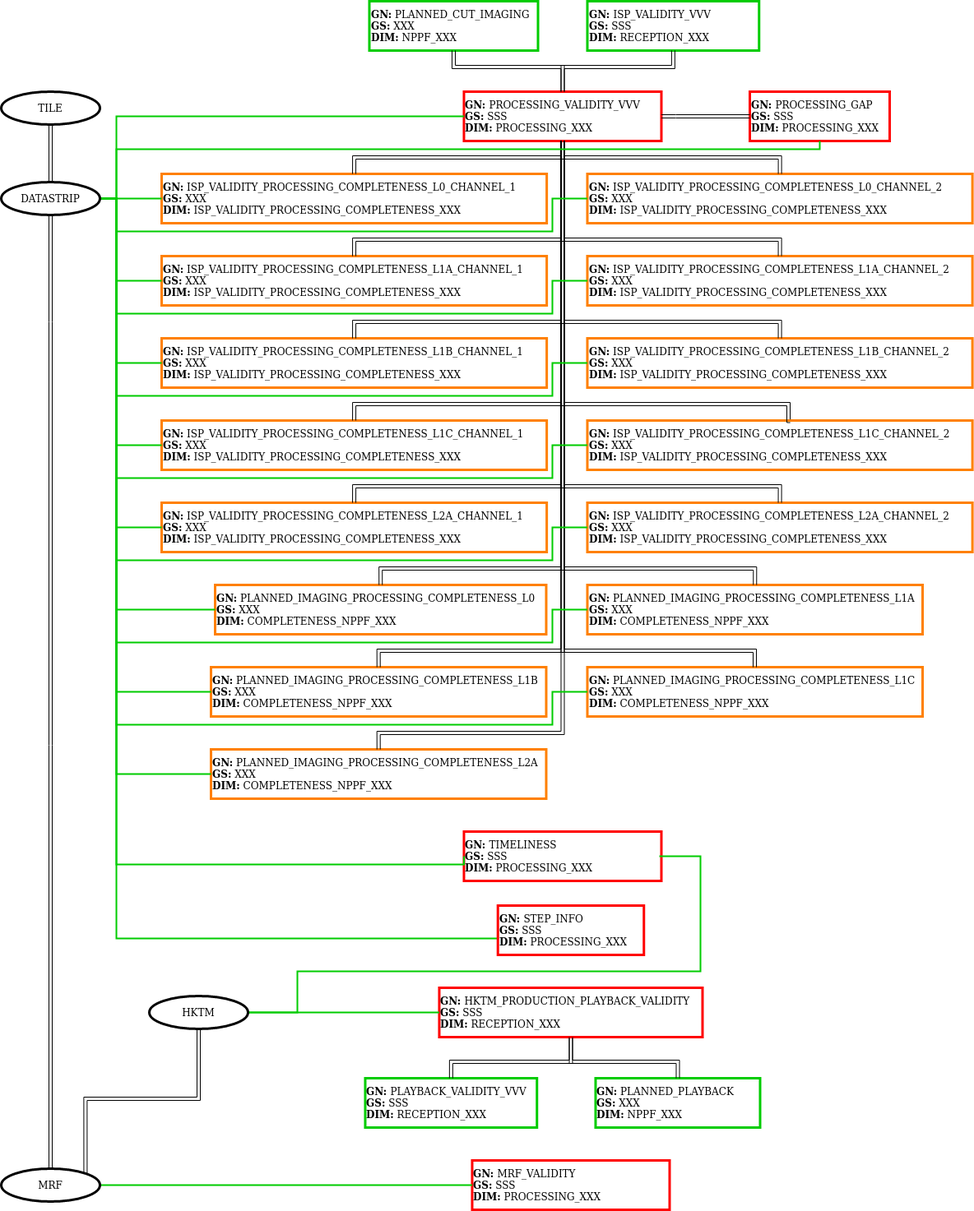
This is doc/fig/structure_ingestion_dpc_events.png from Daniel-Brosnan-Blazquez/s2boa, a draw.io export, as it was before one commit. Source tidied: cells renumbered, new cells last; positions are measured from the earlier drawing's top-left corner, leaving out a move shared by most shapes.
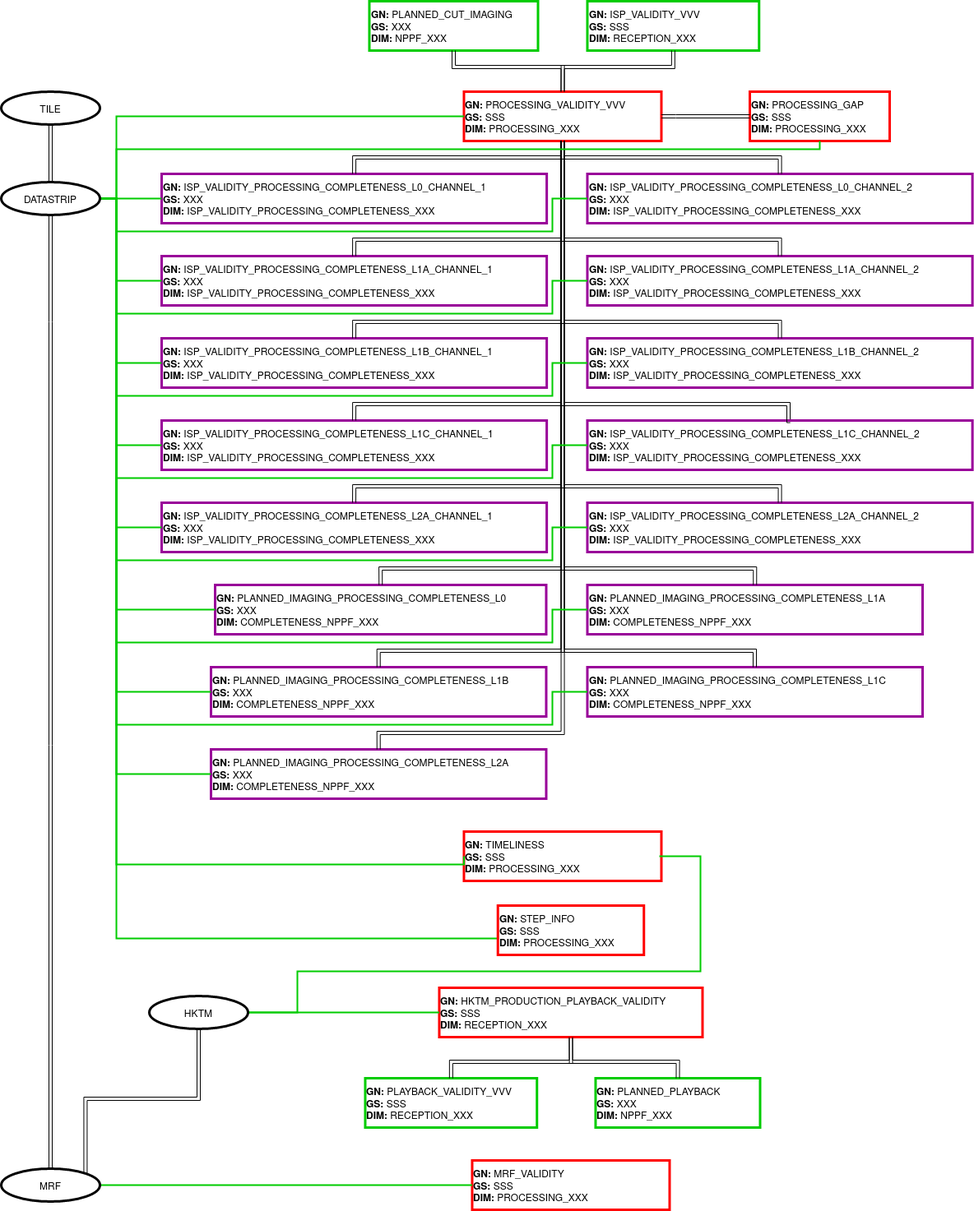
After the change.

Change to the diagram source:
```diff
@@ -41,34 +41,34 @@
         </Array>
       </mxGeometry>
     </mxCell>
-    <mxCell id="10" value="&lt;div&gt;&lt;b&gt;GN:&lt;/b&gt; ISP_VALIDITY_PROCESSING_COMPLETENESS_L0_CHANNEL_1&lt;/div&gt;&lt;div&gt;&lt;b&gt;GS:&lt;/b&gt; XXX&lt;/div&gt;&lt;div&gt;&lt;b&gt;DIM:&lt;/b&gt; ISP_VALIDITY_PROCESSING_COMPLETENESS_XXX&lt;br&gt;&lt;/div&gt;" style="rounded=0;whiteSpace=wrap;html=1;align=left;strokeWidth=3;fillColor=none;strokeColor=#FF8000;" parent="1" vertex="1">
+    <mxCell id="10" value="&lt;div&gt;&lt;b&gt;GN:&lt;/b&gt; ISP_VALIDITY_PROCESSING_COMPLETENESS_L0_CHANNEL_1&lt;/div&gt;&lt;div&gt;&lt;b&gt;GS:&lt;/b&gt; XXX&lt;/div&gt;&lt;div&gt;&lt;b&gt;DIM:&lt;/b&gt; ISP_VALIDITY_PROCESSING_COMPLETENESS_XXX&lt;br&gt;&lt;/div&gt;" style="rounded=0;whiteSpace=wrap;html=1;align=left;strokeWidth=3;fillColor=none;strokeColor=#990099;" parent="1" vertex="1">
       <mxGeometry x="195" y="210" width="468.1" height="60" as="geometry" />
     </mxCell>
-    <mxCell id="11" value="&lt;div&gt;&lt;b&gt;GN:&lt;/b&gt; ISP_VALIDITY_PROCESSING_COMPLETENESS_L0_CHANNEL_2&lt;/div&gt;&lt;div&gt;&lt;b&gt;GS:&lt;/b&gt; XXX&lt;/div&gt;&lt;div&gt;&lt;b&gt;DIM:&lt;/b&gt; ISP_VALIDITY_PROCESSING_COMPLETENESS_XXX&lt;br&gt;&lt;/div&gt;" style="rounded=0;whiteSpace=wrap;html=1;align=left;strokeWidth=3;fillColor=none;strokeColor=#FF8000;" parent="1" vertex="1">
+    <mxCell id="11" value="&lt;div&gt;&lt;b&gt;GN:&lt;/b&gt; ISP_VALIDITY_PROCESSING_COMPLETENESS_L0_CHANNEL_2&lt;/div&gt;&lt;div&gt;&lt;b&gt;GS:&lt;/b&gt; XXX&lt;/div&gt;&lt;div&gt;&lt;b&gt;DIM:&lt;/b&gt; ISP_VALIDITY_PROCESSING_COMPLETENESS_XXX&lt;br&gt;&lt;/div&gt;" style="rounded=0;whiteSpace=wrap;html=1;align=left;strokeWidth=3;fillColor=none;strokeColor=#990099;" parent="1" vertex="1">
       <mxGeometry x="712.5" y="210" width="468.1" height="60" as="geometry" />
     </mxCell>
-    <mxCell id="12" value="&lt;div&gt;&lt;b&gt;GN:&lt;/b&gt; ISP_VALIDITY_PROCESSING_COMPLETENESS_L1A_CHANNEL_1&lt;/div&gt;&lt;div&gt;&lt;b&gt;GS:&lt;/b&gt; XXX&lt;/div&gt;&lt;div&gt;&lt;b&gt;DIM:&lt;/b&gt; ISP_VALIDITY_PROCESSING_COMPLETENESS_XXX&lt;br&gt;&lt;/div&gt;" style="rounded=0;whiteSpace=wrap;html=1;align=left;strokeWidth=3;fillColor=none;strokeColor=#FF8000;" parent="1" vertex="1">
+    <mxCell id="12" value="&lt;div&gt;&lt;b&gt;GN:&lt;/b&gt; ISP_VALIDITY_PROCESSING_COMPLETENESS_L1A_CHANNEL_1&lt;/div&gt;&lt;div&gt;&lt;b&gt;GS:&lt;/b&gt; XXX&lt;/div&gt;&lt;div&gt;&lt;b&gt;DIM:&lt;/b&gt; ISP_VALIDITY_PROCESSING_COMPLETENESS_XXX&lt;br&gt;&lt;/div&gt;" style="rounded=0;whiteSpace=wrap;html=1;align=left;strokeWidth=3;fillColor=none;strokeColor=#990099;" parent="1" vertex="1">
       <mxGeometry x="195" y="310" width="468.1" height="60" as="geometry" />
     </mxCell>
-    <mxCell id="13" value="&lt;div&gt;&lt;b&gt;GN:&lt;/b&gt; ISP_VALIDITY_PROCESSING_COMPLETENESS_L1A_CHANNEL_2&lt;/div&gt;&lt;div&gt;&lt;b&gt;GS:&lt;/b&gt; XXX&lt;/div&gt;&lt;div&gt;&lt;b&gt;DIM:&lt;/b&gt; ISP_VALIDITY_PROCESSING_COMPLETENESS_XXX&lt;br&gt;&lt;/div&gt;" style="rounded=0;whiteSpace=wrap;html=1;align=left;strokeWidth=3;fillColor=none;strokeColor=#FF8000;" parent="1" vertex="1">
+    <mxCell id="13" value="&lt;div&gt;&lt;b&gt;GN:&lt;/b&gt; ISP_VALIDITY_PROCESSING_COMPLETENESS_L1A_CHANNEL_2&lt;/div&gt;&lt;div&gt;&lt;b&gt;GS:&lt;/b&gt; XXX&lt;/div&gt;&lt;div&gt;&lt;b&gt;DIM:&lt;/b&gt; ISP_VALIDITY_PROCESSING_COMPLETENESS_XXX&lt;br&gt;&lt;/div&gt;" style="rounded=0;whiteSpace=wrap;html=1;align=left;strokeWidth=3;fillColor=none;strokeColor=#990099;" parent="1" vertex="1">
       <mxGeometry x="712.5" y="310" width="468.1" height="60" as="geometry" />
     </mxCell>
-    <mxCell id="14" value="&lt;div&gt;&lt;b&gt;GN:&lt;/b&gt; ISP_VALIDITY_PROCESSING_COMPLETENESS_L1B_CHANNEL_1&lt;/div&gt;&lt;div&gt;&lt;b&gt;GS:&lt;/b&gt; XXX&lt;/div&gt;&lt;div&gt;&lt;b&gt;DIM:&lt;/b&gt; ISP_VALIDITY_PROCESSING_COMPLETENESS_XXX&lt;br&gt;&lt;/div&gt;" style="rounded=0;whiteSpace=wrap;html=1;align=left;strokeWidth=3;fillColor=none;strokeColor=#FF8000;" parent="1" vertex="1">
+    <mxCell id="14" value="&lt;div&gt;&lt;b&gt;GN:&lt;/b&gt; ISP_VALIDITY_PROCESSING_COMPLETENESS_L1B_CHANNEL_1&lt;/div&gt;&lt;div&gt;&lt;b&gt;GS:&lt;/b&gt; XXX&lt;/div&gt;&lt;div&gt;&lt;b&gt;DIM:&lt;/b&gt; ISP_VALIDITY_PROCESSING_COMPLETENESS_XXX&lt;br&gt;&lt;/div&gt;" style="rounded=0;whiteSpace=wrap;html=1;align=left;strokeWidth=3;fillColor=none;strokeColor=#990099;" parent="1" vertex="1">
       <mxGeometry x="195" y="410" width="468.1" height="60" as="geometry" />
     </mxCell>
-    <mxCell id="15" value="&lt;div&gt;&lt;b&gt;GN:&lt;/b&gt; ISP_VALIDITY_PROCESSING_COMPLETENESS_L1B_CHANNEL_2&lt;/div&gt;&lt;div&gt;&lt;b&gt;GS:&lt;/b&gt; XXX&lt;/div&gt;&lt;div&gt;&lt;b&gt;DIM:&lt;/b&gt; ISP_VALIDITY_PROCESSING_COMPLETENESS_XXX&lt;br&gt;&lt;/div&gt;" style="rounded=0;whiteSpace=wrap;html=1;align=left;strokeWidth=3;fillColor=none;strokeColor=#FF8000;" parent="1" vertex="1">
+    <mxCell id="15" value="&lt;div&gt;&lt;b&gt;GN:&lt;/b&gt; ISP_VALIDITY_PROCESSING_COMPLETENESS_L1B_CHANNEL_2&lt;/div&gt;&lt;div&gt;&lt;b&gt;GS:&lt;/b&gt; XXX&lt;/div&gt;&lt;div&gt;&lt;b&gt;DIM:&lt;/b&gt; ISP_VALIDITY_PROCESSING_COMPLETENESS_XXX&lt;br&gt;&lt;/div&gt;" style="rounded=0;whiteSpace=wrap;html=1;align=left;strokeWidth=3;fillColor=none;strokeColor=#990099;" parent="1" vertex="1">
       <mxGeometry x="712.5" y="410" width="468.1" height="60" as="geometry" />
     </mxCell>
-    <mxCell id="16" value="&lt;div&gt;&lt;b&gt;GN:&lt;/b&gt; ISP_VALIDITY_PROCESSING_COMPLETENESS_L1C_CHANNEL_1&lt;/div&gt;&lt;div&gt;&lt;b&gt;GS:&lt;/b&gt; XXX&lt;/div&gt;&lt;div&gt;&lt;b&gt;DIM:&lt;/b&gt; ISP_VALIDITY_PROCESSING_COMPLETENESS_XXX&lt;br&gt;&lt;/div&gt;" style="rounded=0;whiteSpace=wrap;html=1;align=left;strokeWidth=3;fillColor=none;strokeColor=#FF8000;" parent="1" vertex="1">
+    <mxCell id="16" value="&lt;div&gt;&lt;b&gt;GN:&lt;/b&gt; ISP_VALIDITY_PROCESSING_COMPLETENESS_L1C_CHANNEL_1&lt;/div&gt;&lt;div&gt;&lt;b&gt;GS:&lt;/b&gt; XXX&lt;/div&gt;&lt;div&gt;&lt;b&gt;DIM:&lt;/b&gt; ISP_VALIDITY_PROCESSING_COMPLETENESS_XXX&lt;br&gt;&lt;/div&gt;" style="rounded=0;whiteSpace=wrap;html=1;align=left;strokeWidth=3;fillColor=none;strokeColor=#990099;" parent="1" vertex="1">
       <mxGeometry x="195" y="510" width="468.1" height="60" as="geometry" />
     </mxCell>
-    <mxCell id="17" value="&lt;div&gt;&lt;b&gt;GN:&lt;/b&gt; ISP_VALIDITY_PROCESSING_COMPLETENESS_L1C_CHANNEL_2&lt;/div&gt;&lt;div&gt;&lt;b&gt;GS:&lt;/b&gt; XXX&lt;/div&gt;&lt;div&gt;&lt;b&gt;DIM:&lt;/b&gt; ISP_VALIDITY_PROCESSING_COMPLETENESS_XXX&lt;br&gt;&lt;/div&gt;" style="rounded=0;whiteSpace=wrap;html=1;align=left;strokeWidth=3;fillColor=none;strokeColor=#FF8000;" parent="1" vertex="1">
+    <mxCell id="17" value="&lt;div&gt;&lt;b&gt;GN:&lt;/b&gt; ISP_VALIDITY_PROCESSING_COMPLETENESS_L1C_CHANNEL_2&lt;/div&gt;&lt;div&gt;&lt;b&gt;GS:&lt;/b&gt; XXX&lt;/div&gt;&lt;div&gt;&lt;b&gt;DIM:&lt;/b&gt; ISP_VALIDITY_PROCESSING_COMPLETENESS_XXX&lt;br&gt;&lt;/div&gt;" style="rounded=0;whiteSpace=wrap;html=1;align=left;strokeWidth=3;fillColor=none;strokeColor=#990099;" parent="1" vertex="1">
       <mxGeometry x="712.5" y="510" width="468.1" height="60" as="geometry" />
     </mxCell>
-    <mxCell id="18" value="&lt;div&gt;&lt;b&gt;GN:&lt;/b&gt; ISP_VALIDITY_PROCESSING_COMPLETENESS_L2A_CHANNEL_1&lt;/div&gt;&lt;div&gt;&lt;b&gt;GS:&lt;/b&gt; XXX&lt;/div&gt;&lt;div&gt;&lt;b&gt;DIM:&lt;/b&gt; ISP_VALIDITY_PROCESSING_COMPLETENESS_XXX&lt;br&gt;&lt;/div&gt;" style="rounded=0;whiteSpace=wrap;html=1;align=left;strokeWidth=3;fillColor=none;strokeColor=#FF8000;" parent="1" vertex="1">
+    <mxCell id="18" value="&lt;div&gt;&lt;b&gt;GN:&lt;/b&gt; ISP_VALIDITY_PROCESSING_COMPLETENESS_L2A_CHANNEL_1&lt;/div&gt;&lt;div&gt;&lt;b&gt;GS:&lt;/b&gt; XXX&lt;/div&gt;&lt;div&gt;&lt;b&gt;DIM:&lt;/b&gt; ISP_VALIDITY_PROCESSING_COMPLETENESS_XXX&lt;br&gt;&lt;/div&gt;" style="rounded=0;whiteSpace=wrap;html=1;align=left;strokeWidth=3;fillColor=none;strokeColor=#990099;" parent="1" vertex="1">
       <mxGeometry x="195" y="610" width="468.1" height="60" as="geometry" />
     </mxCell>
-    <mxCell id="19" value="&lt;div&gt;&lt;b&gt;GN:&lt;/b&gt; ISP_VALIDITY_PROCESSING_COMPLETENESS_L2A_CHANNEL_2&lt;/div&gt;&lt;div&gt;&lt;b&gt;GS:&lt;/b&gt; XXX&lt;/div&gt;&lt;div&gt;&lt;b&gt;DIM:&lt;/b&gt; ISP_VALIDITY_PROCESSING_COMPLETENESS_XXX&lt;br&gt;&lt;/div&gt;" style="rounded=0;whiteSpace=wrap;html=1;align=left;strokeWidth=3;fillColor=none;strokeColor=#FF8000;" parent="1" vertex="1">
+    <mxCell id="19" value="&lt;div&gt;&lt;b&gt;GN:&lt;/b&gt; ISP_VALIDITY_PROCESSING_COMPLETENESS_L2A_CHANNEL_2&lt;/div&gt;&lt;div&gt;&lt;b&gt;GS:&lt;/b&gt; XXX&lt;/div&gt;&lt;div&gt;&lt;b&gt;DIM:&lt;/b&gt; ISP_VALIDITY_PROCESSING_COMPLETENESS_XXX&lt;br&gt;&lt;/div&gt;" style="rounded=0;whiteSpace=wrap;html=1;align=left;strokeWidth=3;fillColor=none;strokeColor=#990099;" parent="1" vertex="1">
       <mxGeometry x="712.5" y="610" width="468.1" height="60" as="geometry" />
     </mxCell>
     <mxCell id="20" style="edgeStyle=orthogonalEdgeStyle;shape=link;rounded=0;jettySize=auto;html=1;exitX=0.5;exitY=1;exitDx=0;exitDy=0;entryX=0.5;entryY=0;entryDx=0;entryDy=0;" parent="1" edge="1" source="7" target="10">
@@ -153,19 +153,19 @@
         </Array>
       </mxGeometry>
     </mxCell>
-    <mxCell id="32" value="&lt;div&gt;&lt;b&gt;GN:&lt;/b&gt; PLANNED_IMAGING_PROCESSING_COMPLETENESS_L0&lt;/div&gt;&lt;div&gt;&lt;b&gt;GS:&lt;/b&gt; XXX&lt;/div&gt;&lt;div&gt;&lt;b&gt;DIM:&lt;/b&gt; COMPLETENESS_NPPF_XXX&lt;br&gt;&lt;/div&gt;" style="rounded=0;whiteSpace=wrap;html=1;align=left;strokeWidth=3;fillColor=none;strokeColor=#FF8000;" parent="1" vertex="1">
+    <mxCell id="32" value="&lt;div&gt;&lt;b&gt;GN:&lt;/b&gt; PLANNED_IMAGING_PROCESSING_COMPLETENESS_L0&lt;/div&gt;&lt;div&gt;&lt;b&gt;GS:&lt;/b&gt; XXX&lt;/div&gt;&lt;div&gt;&lt;b&gt;DIM:&lt;/b&gt; COMPLETENESS_NPPF_XXX&lt;br&gt;&lt;/div&gt;" style="rounded=0;whiteSpace=wrap;html=1;align=left;strokeWidth=3;fillColor=none;strokeColor=#990099;" parent="1" vertex="1">
       <mxGeometry x="260" y="710" width="402.5" height="60" as="geometry" />
     </mxCell>
-    <mxCell id="33" value="&lt;div&gt;&lt;b&gt;GN:&lt;/b&gt; PLANNED_IMAGING_PROCESSING_COMPLETENESS_L1A&lt;/div&gt;&lt;div&gt;&lt;b&gt;GS:&lt;/b&gt; XXX&lt;/div&gt;&lt;div&gt;&lt;b&gt;DIM:&lt;/b&gt; COMPLETENESS_NPPF_XXX&lt;br&gt;&lt;/div&gt;" style="rounded=0;whiteSpace=wrap;html=1;align=left;strokeWidth=3;fillColor=none;strokeColor=#FF8000;" parent="1" vertex="1">
+    <mxCell id="33" value="&lt;div&gt;&lt;b&gt;GN:&lt;/b&gt; PLANNED_IMAGING_PROCESSING_COMPLETENESS_L1A&lt;/div&gt;&lt;div&gt;&lt;b&gt;GS:&lt;/b&gt; XXX&lt;/div&gt;&lt;div&gt;&lt;b&gt;DIM:&lt;/b&gt; COMPLETENESS_NPPF_XXX&lt;br&gt;&lt;/div&gt;" style="rounded=0;whiteSpace=wrap;html=1;align=left;strokeWidth=3;fillColor=none;strokeColor=#990099;" parent="1" vertex="1">
       <mxGeometry x="712.5" y="710" width="407.5" height="60" as="geometry" />
     </mxCell>
-    <mxCell id="34" value="&lt;div&gt;&lt;b&gt;GN:&lt;/b&gt; PLANNED_IMAGING_PROCESSING_COMPLETENESS_L1B&lt;/div&gt;&lt;div&gt;&lt;b&gt;GS:&lt;/b&gt; XXX&lt;/div&gt;&lt;div&gt;&lt;b&gt;DIM:&lt;/b&gt; COMPLETENESS_NPPF_XXX&lt;br&gt;&lt;/div&gt;" style="rounded=0;whiteSpace=wrap;html=1;align=left;strokeWidth=3;fillColor=none;strokeColor=#FF8000;" parent="1" vertex="1">
+    <mxCell id="34" value="&lt;div&gt;&lt;b&gt;GN:&lt;/b&gt; PLANNED_IMAGING_PROCESSING_COMPLETENESS_L1B&lt;/div&gt;&lt;div&gt;&lt;b&gt;GS:&lt;/b&gt; XXX&lt;/div&gt;&lt;div&gt;&lt;b&gt;DIM:&lt;/b&gt; COMPLETENESS_NPPF_XXX&lt;br&gt;&lt;/div&gt;" style="rounded=0;whiteSpace=wrap;html=1;align=left;strokeWidth=3;fillColor=none;strokeColor=#990099;" parent="1" vertex="1">
       <mxGeometry x="255" y="810" width="407.5" height="60" as="geometry" />
     </mxCell>
-    <mxCell id="35" value="&lt;div&gt;&lt;b&gt;GN:&lt;/b&gt; PLANNED_IMAGING_PROCESSING_COMPLETENESS_L1C&lt;/div&gt;&lt;div&gt;&lt;b&gt;GS:&lt;/b&gt; XXX&lt;/div&gt;&lt;div&gt;&lt;b&gt;DIM:&lt;/b&gt; COMPLETENESS_NPPF_XXX&lt;br&gt;&lt;/div&gt;" style="rounded=0;whiteSpace=wrap;html=1;align=left;strokeWidth=3;fillColor=none;strokeColor=#FF8000;" parent="1" vertex="1">
+    <mxCell id="35" value="&lt;div&gt;&lt;b&gt;GN:&lt;/b&gt; PLANNED_IMAGING_PROCESSING_COMPLETENESS_L1C&lt;/div&gt;&lt;div&gt;&lt;b&gt;GS:&lt;/b&gt; XXX&lt;/div&gt;&lt;div&gt;&lt;b&gt;DIM:&lt;/b&gt; COMPLETENESS_NPPF_XXX&lt;br&gt;&lt;/div&gt;" style="rounded=0;whiteSpace=wrap;html=1;align=left;strokeWidth=3;fillColor=none;strokeColor=#990099;" parent="1" vertex="1">
       <mxGeometry x="712.5" y="810" width="407.5" height="60" as="geometry" />
     </mxCell>
-    <mxCell id="36" value="&lt;div&gt;&lt;b&gt;GN:&lt;/b&gt; PLANNED_IMAGING_PROCESSING_COMPLETENESS_L2A&lt;/div&gt;&lt;div&gt;&lt;b&gt;GS:&lt;/b&gt; XXX&lt;/div&gt;&lt;div&gt;&lt;b&gt;DIM:&lt;/b&gt; COMPLETENESS_NPPF_XXX&lt;br&gt;&lt;/div&gt;" style="rounded=0;whiteSpace=wrap;html=1;align=left;strokeWidth=3;fillColor=none;strokeColor=#FF8000;" parent="1" vertex="1">
+    <mxCell id="36" value="&lt;div&gt;&lt;b&gt;GN:&lt;/b&gt; PLANNED_IMAGING_PROCESSING_COMPLETENESS_L2A&lt;/div&gt;&lt;div&gt;&lt;b&gt;GS:&lt;/b&gt; XXX&lt;/div&gt;&lt;div&gt;&lt;b&gt;DIM:&lt;/b&gt; COMPLETENESS_NPPF_XXX&lt;br&gt;&lt;/div&gt;" style="rounded=0;whiteSpace=wrap;html=1;align=left;strokeWidth=3;fillColor=none;strokeColor=#990099;" parent="1" vertex="1">
       <mxGeometry x="255" y="910" width="407.5" height="60" as="geometry" />
     </mxCell>
     <mxCell id="37" style="edgeStyle=orthogonalEdgeStyle;shape=link;rounded=0;jettySize=auto;html=1;entryX=0.5;entryY=0;entryDx=0;entryDy=0;exitX=0.5;exitY=1;exitDx=0;exitDy=0;" parent="1" edge="1" source="7" target="32">
```
